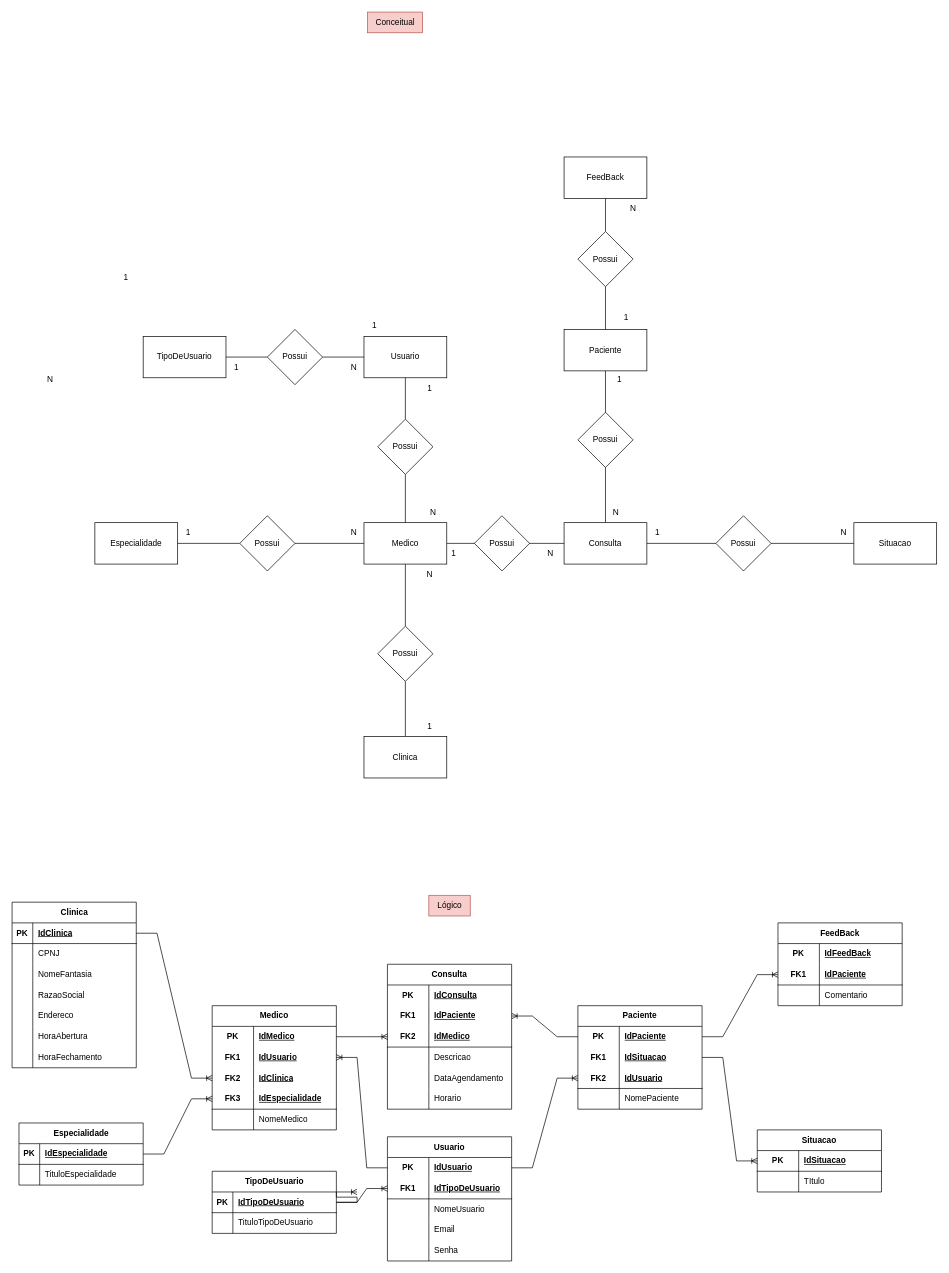
Before: Projetos/Projeto_HealthClinic/MER_HealthClinic.drawio in GuilhermeOliveira23/2-Semestre-SENAI, a draw.io diagram. Source tidied: cells renumbered, new cells numbered last; positions are measured from the earlier drawing's top-left corner, leaving out a move shared by most shapes. Both pictures are drawn from the tidied source at 69%, with x=0, y=0 at pixel (12, 12).
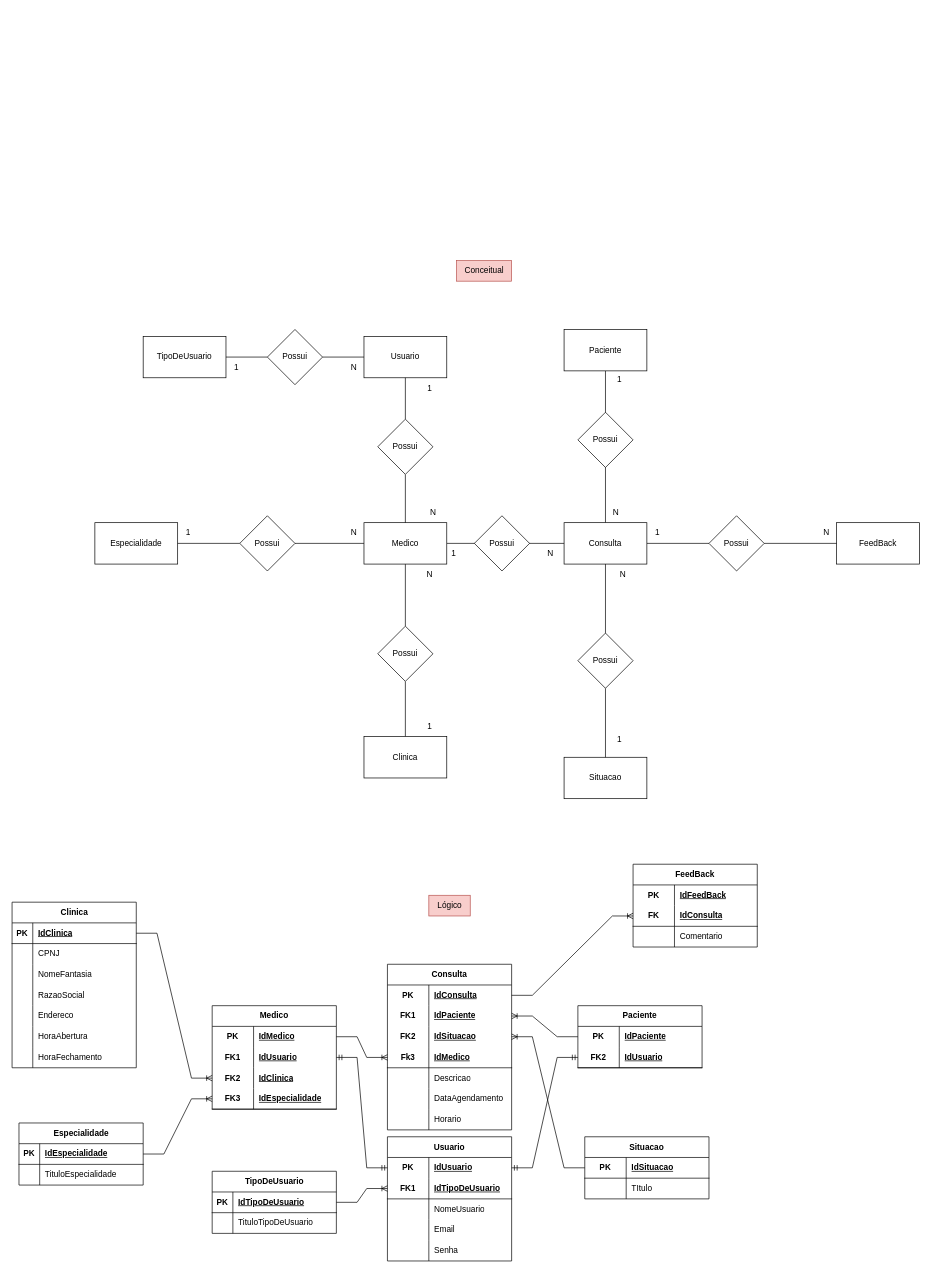
The same page after the edit.

Unchanged cells that the change refers to:
```xml
<mxCell id="5" value="Consulta" style="rounded=0;whiteSpace=wrap;html=1;" parent="1" vertex="1">
  <mxGeometry x="800" y="740" width="120" height="60" as="geometry" />
</mxCell>
<mxCell id="20" style="shape=tableRow;horizontal=0;startSize=0;swimlaneHead=0;swimlaneBody=0;fillColor=none;points=[[0,0.5],[1,0.5]];portConstraint=eastwest;top=0;left=0;right=0;bottom=0;html=1;" parent="19" vertex="1">
  <mxGeometry y="30" width="180" height="30" as="geometry" />
</mxCell>
<mxCell id="66" style="shape=tableRow;horizontal=0;startSize=0;swimlaneHead=0;swimlaneBody=0;fillColor=none;points=[[0,0.5],[1,0.5]];portConstraint=eastwest;top=0;left=0;right=0;bottom=1;" parent="65" vertex="1">
  <mxGeometry y="30" width="180" height="30" as="geometry" />
</mxCell>
<mxCell id="77" style="shape=tableRow;horizontal=0;startSize=0;swimlaneHead=0;swimlaneBody=0;fillColor=none;points=[[0,0.5],[1,0.5]];portConstraint=eastwest;top=0;left=0;right=0;bottom=0;html=1;" parent="76" vertex="1">
  <mxGeometry y="30" width="180" height="30" as="geometry" />
</mxCell>
<mxCell id="101" style="shape=tableRow;horizontal=0;startSize=0;swimlaneHead=0;swimlaneBody=0;fillColor=none;points=[[0,0.5],[1,0.5]];portConstraint=eastwest;top=0;left=0;right=0;bottom=0;html=1;" parent="97" vertex="1">
  <mxGeometry y="60" width="180" height="30" as="geometry" />
</mxCell>
<mxCell id="126" style="shape=tableRow;horizontal=0;startSize=0;swimlaneHead=0;swimlaneBody=0;fillColor=none;points=[[0,0.5],[1,0.5]];portConstraint=eastwest;top=0;left=0;right=0;bottom=0;html=1;" parent="125" vertex="1">
  <mxGeometry y="30" width="180" height="30" as="geometry" />
</mxCell>
<mxCell id="140" value="Paciente" style="rounded=0;whiteSpace=wrap;html=1;" parent="1" vertex="1">
  <mxGeometry x="800" y="460" width="120" height="60" as="geometry" />
</mxCell>
<mxCell id="164" style="shape=tableRow;horizontal=0;startSize=0;swimlaneHead=0;swimlaneBody=0;fillColor=none;points=[[0,0.5],[1,0.5]];portConstraint=eastwest;top=0;left=0;right=0;bottom=1;html=1;" parent="160" vertex="1">
  <mxGeometry y="60" width="180" height="30" as="geometry" />
</mxCell>
<mxCell id="172" style="shape=tableRow;horizontal=0;startSize=0;swimlaneHead=0;swimlaneBody=0;fillColor=none;points=[[0,0.5],[1,0.5]];portConstraint=eastwest;top=0;left=0;right=0;bottom=1;html=1;" parent="171" vertex="1">
  <mxGeometry y="30" width="180" height="30" as="geometry" />
</mxCell>
```

What changed in the source:
```diff
@@
+    <mxCell id="181" style="edgeStyle=orthogonalEdgeStyle;rounded=0;jettySize=auto;html=1;endArrow=none;endFill=0;" parent="1" edge="1" source="5" target="155">
+      <mxGeometry relative="1" as="geometry" />
+    </mxCell>
@@
-    <mxCell id="74" value="1" style="text;html=1;align=center;verticalAlign=middle;strokeColor=none;fillColor=none;" parent="1" vertex="1">
-      <mxGeometry x="150" y="370" width="30" height="30" as="geometry" />
-    </mxCell>
-    <mxCell id="75" value="N" style="text;html=1;align=center;verticalAlign=middle;strokeColor=none;fillColor=none;" parent="1" vertex="1">
-      <mxGeometry x="40" y="518" width="30" height="30" as="geometry" />
-    </mxCell>
     <mxCell id="76" value="Consulta" style="shape=table;startSize=30;childLayout=tableLayout;rowLines=0;fontStyle=1;align=center;html=1;whiteSpace=wrap;" parent="1" vertex="1">
-      <mxGeometry x="544" y="1380" width="180" height="210" as="geometry" />
+      <mxGeometry x="544" y="1380" width="180" height="240" as="geometry" />
     </mxCell>
@@
+    <mxCell id="182" style="shape=tableRow;horizontal=0;startSize=0;swimlaneHead=0;swimlaneBody=0;fillColor=none;points=[[0,0.5],[1,0.5]];portConstraint=eastwest;top=0;left=0;right=0;bottom=0;html=1;" parent="76" vertex="1">
+      <mxGeometry y="90" width="180" height="30" as="geometry" />
+    </mxCell>
+    <mxCell id="183" value="FK2" style="shape=partialRectangle;fillColor=none;top=0;left=0;bottom=0;right=0;fontStyle=1;overflow=hidden;html=1;whiteSpace=wrap;" parent="182" vertex="1">
+      <mxGeometry width="60" height="30" as="geometry" />
+    </mxCell>
+    <mxCell id="131" value="IdSituacao" style="shape=partialRectangle;fillColor=none;top=0;left=0;bottom=0;right=0;align=left;spacingLeft=6;fontStyle=5;overflow=hidden;html=1;whiteSpace=wrap;" parent="182" vertex="1">
+      <mxGeometry x="60" width="120" height="30" as="geometry" />
+    </mxCell>
     <mxCell id="83" style="shape=tableRow;horizontal=0;startSize=0;swimlaneHead=0;swimlaneBody=0;fillColor=none;points=[[0,0.5],[1,0.5]];portConstraint=eastwest;top=0;left=0;right=0;bottom=1;html=1;" parent="76" vertex="1">
-      <mxGeometry y="90" width="180" height="30" as="geometry" />
+      <mxGeometry y="120" width="180" height="30" as="geometry" />
     </mxCell>
-    <mxCell id="84" value="FK2" style="shape=partialRectangle;fillColor=none;top=0;left=0;bottom=0;right=0;fontStyle=1;overflow=hidden;html=1;whiteSpace=wrap;" parent="83" vertex="1">
+    <mxCell id="84" value="Fk3" style="shape=partialRectangle;fillColor=none;top=0;left=0;bottom=0;right=0;fontStyle=1;overflow=hidden;html=1;whiteSpace=wrap;" parent="83" vertex="1">
       <mxGeometry width="60" height="30" as="geometry" />
     </mxCell>
@@
     <mxCell id="86" style="shape=tableRow;horizontal=0;startSize=0;swimlaneHead=0;swimlaneBody=0;fillColor=none;top=0;left=0;right=0;bottom=0;html=1;" parent="76" vertex="1">
-      <mxGeometry y="120" width="180" height="30" as="geometry" />
+      <mxGeometry y="150" width="180" height="30" as="geometry" />
     </mxCell>
@@
     <mxCell id="89" style="shape=tableRow;horizontal=0;startSize=0;swimlaneHead=0;swimlaneBody=0;fillColor=none;top=0;left=0;right=0;bottom=0;html=1;" parent="76" vertex="1">
-      <mxGeometry y="150" width="180" height="30" as="geometry" />
+      <mxGeometry y="180" width="180" height="30" as="geometry" />
     </mxCell>
@@
     <mxCell id="92" style="shape=tableRow;horizontal=0;startSize=0;swimlaneHead=0;swimlaneBody=0;fillColor=none;top=0;left=0;right=0;bottom=0;html=1;" parent="76" vertex="1">
-      <mxGeometry y="180" width="180" height="30" as="geometry" />
+      <mxGeometry y="210" width="180" height="30" as="geometry" />
     </mxCell>
@@
     <mxCell id="97" value="Medico" style="shape=table;startSize=30;childLayout=tableLayout;rowLines=0;fontStyle=1;align=center;html=1;whiteSpace=wrap;" parent="1" vertex="1">
-      <mxGeometry x="290" y="1440" width="180" height="180" as="geometry" />
+      <mxGeometry x="290" y="1440" width="180" height="150" as="geometry" />
     </mxCell>
@@
-    <mxCell id="110" style="shape=tableRow;horizontal=0;startSize=0;swimlaneHead=0;swimlaneBody=0;fillColor=none;top=0;left=0;right=0;bottom=0;html=1;" parent="97" vertex="1">
-      <mxGeometry y="150" width="180" height="30" as="geometry" />
-    </mxCell>
-    <mxCell id="111" style="shape=partialRectangle;fillColor=none;top=0;left=0;bottom=0;right=0;overflow=hidden;html=1;whiteSpace=wrap;" parent="110" vertex="1">
-      <mxGeometry width="60" height="30" as="geometry" />
-    </mxCell>
-    <mxCell id="112" value="NomeMedico" style="shape=partialRectangle;fillColor=none;top=0;left=0;bottom=0;right=0;align=left;spacingLeft=6;overflow=hidden;html=1;whiteSpace=wrap;" parent="110" vertex="1">
-      <mxGeometry x="60" width="120" height="30" as="geometry" />
-    </mxCell>
@@
-    <mxCell id="114" style="edgeStyle=entityRelationEdgeStyle;fontSize=12;html=1;endArrow=ERoneToMany;rounded=0;exitX=1;exitY=0.5;exitDx=0;exitDy=0;entryX=0;entryY=0.5;entryDx=0;entryDy=0;" parent="1" edge="1" source="66">
-      <mxGeometry relative="1" as="geometry">
-        <mxPoint x="500" y="1710" as="targetPoint" />
-      </mxGeometry>
-    </mxCell>
@@
     <mxCell id="116" value="Conceitual" style="text;html=1;align=center;verticalAlign=middle;strokeColor=#b85450;fillColor=#f8cecc;" parent="1" vertex="1">
-      <mxGeometry x="515" width="80" height="30" as="geometry" />
+      <mxGeometry x="644" y="360" width="80" height="30" as="geometry" />
     </mxCell>
@@
-    <mxCell id="124" style="edgeStyle=entityRelationEdgeStyle;fontSize=12;html=1;endArrow=ERoneToMany;rounded=0;exitX=0;exitY=0.5;exitDx=0;exitDy=0;entryX=1;entryY=0.5;entryDx=0;entryDy=0;" parent="1" edge="1" source="20" target="101">
-      <mxGeometry relative="1" as="geometry" />
-    </mxCell>
     <mxCell id="125" value="Paciente" style="shape=table;startSize=30;childLayout=tableLayout;rowLines=0;fontStyle=1;align=center;html=1;whiteSpace=wrap;" parent="1" vertex="1">
-      <mxGeometry x="820" y="1440" width="180" height="150" as="geometry" />
+      <mxGeometry x="820" y="1440" width="180" height="90" as="geometry" />
     </mxCell>
@@
-    <mxCell id="129" style="shape=tableRow;horizontal=0;startSize=0;swimlaneHead=0;swimlaneBody=0;fillColor=none;points=[[0,0.5],[1,0.5]];portConstraint=eastwest;top=0;left=0;right=0;bottom=0;html=1;" parent="125" vertex="1">
-      <mxGeometry y="60" width="180" height="30" as="geometry" />
-    </mxCell>
-    <mxCell id="130" value="FK1" style="shape=partialRectangle;fillColor=none;top=0;left=0;bottom=0;right=0;fontStyle=1;overflow=hidden;html=1;whiteSpace=wrap;" parent="129" vertex="1">
-      <mxGeometry width="60" height="30" as="geometry" />
-    </mxCell>
-    <mxCell id="131" value="IdSituacao" style="shape=partialRectangle;fillColor=none;top=0;left=0;bottom=0;right=0;align=left;spacingLeft=6;fontStyle=5;overflow=hidden;html=1;whiteSpace=wrap;" parent="129" vertex="1">
-      <mxGeometry x="60" width="120" height="30" as="geometry" />
-    </mxCell>
     <mxCell id="132" style="shape=tableRow;horizontal=0;startSize=0;swimlaneHead=0;swimlaneBody=0;fillColor=none;points=[[0,0.5],[1,0.5]];portConstraint=eastwest;top=0;left=0;right=0;bottom=1;html=1;" parent="125" vertex="1">
-      <mxGeometry y="90" width="180" height="30" as="geometry" />
+      <mxGeometry y="60" width="180" height="30" as="geometry" />
     </mxCell>
@@
-    <mxCell id="135" style="shape=tableRow;horizontal=0;startSize=0;swimlaneHead=0;swimlaneBody=0;fillColor=none;top=0;left=0;right=0;bottom=0;html=1;" parent="125" vertex="1">
-      <mxGeometry y="120" width="180" height="30" as="geometry" />
-    </mxCell>
-    <mxCell id="136" style="shape=partialRectangle;fillColor=none;top=0;left=0;bottom=0;right=0;overflow=hidden;html=1;whiteSpace=wrap;" parent="135" vertex="1">
-      <mxGeometry width="60" height="30" as="geometry" />
-    </mxCell>
-    <mxCell id="137" value="NomePaciente" style="shape=partialRectangle;fillColor=none;top=0;left=0;bottom=0;right=0;align=left;spacingLeft=6;overflow=hidden;html=1;whiteSpace=wrap;" parent="135" vertex="1">
-      <mxGeometry x="60" width="120" height="30" as="geometry" />
-    </mxCell>
-    <mxCell id="138" style="edgeStyle=orthogonalEdgeStyle;rounded=0;jettySize=auto;html=1;entryX=0;entryY=0.5;entryDx=0;entryDy=0;endArrow=none;endFill=0;" parent="1" edge="1" source="153" target="144">
-      <mxGeometry relative="1" as="geometry" />
-    </mxCell>
-    <mxCell id="139" style="edgeStyle=orthogonalEdgeStyle;rounded=0;jettySize=auto;html=1;endArrow=none;endFill=0;" parent="1" edge="1" source="155" target="151">
-      <mxGeometry relative="1" as="geometry" />
-    </mxCell>
@@
-    <mxCell id="141" value="1" style="text;html=1;align=center;verticalAlign=middle;strokeColor=none;fillColor=none;" parent="1" vertex="1">
-      <mxGeometry x="510" y="440" width="30" height="30" as="geometry" />
-    </mxCell>
@@
     <mxCell id="144" value="Situacao" style="rounded=0;whiteSpace=wrap;html=1;" parent="1" vertex="1">
-      <mxGeometry x="1220" y="740" width="120" height="60" as="geometry" />
+      <mxGeometry x="800" y="1080" width="120" height="60" as="geometry" />
     </mxCell>
-    <mxCell id="145" style="edgeStyle=entityRelationEdgeStyle;fontSize=12;html=1;endArrow=ERoneToMany;rounded=0;exitX=1;exitY=0.5;exitDx=0;exitDy=0;entryX=0;entryY=0.5;entryDx=0;entryDy=0;" parent="1" edge="1" source="20" target="132">
-      <mxGeometry relative="1" as="geometry" />
-    </mxCell>
@@
     <mxCell id="151" value="FeedBack" style="rounded=0;whiteSpace=wrap;html=1;" parent="1" vertex="1">
-      <mxGeometry x="800" y="210" width="120" height="60" as="geometry" />
+      <mxGeometry x="1195" y="740" width="120" height="60" as="geometry" />
     </mxCell>
-    <mxCell id="152" style="edgeStyle=orthogonalEdgeStyle;rounded=0;jettySize=auto;html=1;entryX=0;entryY=0.5;entryDx=0;entryDy=0;endArrow=none;endFill=0;exitX=1;exitY=0.5;exitDx=0;exitDy=0;" parent="1" edge="1" source="5" target="153">
-      <mxGeometry relative="1" as="geometry" />
-    </mxCell>
+    <mxCell id="138" style="edgeStyle=orthogonalEdgeStyle;rounded=0;jettySize=auto;html=1;endArrow=none;endFill=0;" parent="1" edge="1" source="153" target="144">
+      <mxGeometry relative="1" as="geometry" />
+    </mxCell>
+    <mxCell id="184" style="edgeStyle=orthogonalEdgeStyle;rounded=0;jettySize=auto;html=1;entryX=0.5;entryY=1;entryDx=0;entryDy=0;endArrow=none;endFill=0;" parent="1" edge="1" source="153" target="5">
+      <mxGeometry relative="1" as="geometry" />
+    </mxCell>
     <mxCell id="153" value="Possui" style="rhombus;whiteSpace=wrap;html=1;" parent="1" vertex="1">
-      <mxGeometry x="1020" y="730" width="80" height="80" as="geometry" />
+      <mxGeometry x="820" y="900" width="80" height="80" as="geometry" />
     </mxCell>
-    <mxCell id="154" style="edgeStyle=orthogonalEdgeStyle;rounded=0;jettySize=auto;html=1;endArrow=none;endFill=0;" parent="1" edge="1" source="140" target="155">
-      <mxGeometry relative="1" as="geometry" />
-    </mxCell>
+    <mxCell id="139" style="edgeStyle=orthogonalEdgeStyle;rounded=0;jettySize=auto;html=1;endArrow=none;endFill=0;" parent="1" edge="1" source="155" target="151">
+      <mxGeometry relative="1" as="geometry" />
+    </mxCell>
     <mxCell id="155" value="Possui" style="rhombus;whiteSpace=wrap;html=1;" parent="1" vertex="1">
-      <mxGeometry x="820" y="318" width="80" height="80" as="geometry" />
+      <mxGeometry x="1010" y="730" width="80" height="80" as="geometry" />
     </mxCell>
     <mxCell id="156" value="1" style="text;html=1;align=center;verticalAlign=middle;strokeColor=none;fillColor=none;" parent="1" vertex="1">
-      <mxGeometry x="920" y="740" width="30" height="30" as="geometry" />
+      <mxGeometry x="865" y="1040" width="30" height="30" as="geometry" />
     </mxCell>
     <mxCell id="157" value="N" style="text;html=1;align=center;verticalAlign=middle;strokeColor=none;fillColor=none;" parent="1" vertex="1">
-      <mxGeometry x="1190" y="740" width="30" height="30" as="geometry" />
+      <mxGeometry x="870" y="800" width="30" height="30" as="geometry" />
     </mxCell>
     <mxCell id="158" value="1" style="text;html=1;align=center;verticalAlign=middle;strokeColor=none;fillColor=none;" parent="1" vertex="1">
-      <mxGeometry x="875" y="428" width="30" height="30" as="geometry" />
+      <mxGeometry x="920" y="740" width="30" height="30" as="geometry" />
     </mxCell>
     <mxCell id="159" value="N" style="text;html=1;align=center;verticalAlign=middle;strokeColor=none;fillColor=none;" parent="1" vertex="1">
-      <mxGeometry x="885" y="270" width="30" height="30" as="geometry" />
+      <mxGeometry x="1165" y="740" width="30" height="30" as="geometry" />
     </mxCell>
     <mxCell id="160" value="FeedBack" style="shape=table;startSize=30;childLayout=tableLayout;rowLines=0;fontStyle=1;align=center;html=1;whiteSpace=wrap;" parent="1" vertex="1">
-      <mxGeometry x="1110" y="1320" width="180" height="120" as="geometry" />
+      <mxGeometry x="900" y="1235" width="180" height="120" as="geometry" />
     </mxCell>
@@
-    <mxCell id="165" value="FK1" style="shape=partialRectangle;fillColor=none;top=0;left=0;bottom=0;right=0;fontStyle=1;overflow=hidden;html=1;whiteSpace=wrap;" parent="164" vertex="1">
+    <mxCell id="165" value="FK" style="shape=partialRectangle;fillColor=none;top=0;left=0;bottom=0;right=0;fontStyle=1;overflow=hidden;html=1;whiteSpace=wrap;" parent="164" vertex="1">
       <mxGeometry width="60" height="30" as="geometry" />
     </mxCell>
-    <mxCell id="166" value="IdPaciente" style="shape=partialRectangle;fillColor=none;top=0;left=0;bottom=0;right=0;align=left;spacingLeft=6;fontStyle=5;overflow=hidden;html=1;whiteSpace=wrap;" parent="164" vertex="1">
+    <mxCell id="166" value="IdConsulta" style="shape=partialRectangle;fillColor=none;top=0;left=0;bottom=0;right=0;align=left;spacingLeft=6;fontStyle=5;overflow=hidden;html=1;whiteSpace=wrap;" parent="164" vertex="1">
       <mxGeometry x="60" width="120" height="30" as="geometry" />
     </mxCell>
@@
-    <mxCell id="170" style="edgeStyle=entityRelationEdgeStyle;fontSize=12;html=1;endArrow=ERoneToMany;rounded=0;exitX=1;exitY=0.5;exitDx=0;exitDy=0;entryX=0;entryY=0.5;entryDx=0;entryDy=0;" parent="1" edge="1" source="126" target="164">
+    <mxCell id="170" style="edgeStyle=entityRelationEdgeStyle;fontSize=12;html=1;endArrow=ERoneToMany;rounded=0;entryX=0;entryY=0.5;entryDx=0;entryDy=0;exitX=1;exitY=0.5;exitDx=0;exitDy=0;" parent="1" edge="1" source="77" target="164">
       <mxGeometry relative="1" as="geometry" />
     </mxCell>
     <mxCell id="171" value="Situacao" style="shape=table;startSize=30;childLayout=tableLayout;rowLines=0;fontStyle=1;align=center;html=1;whiteSpace=wrap;" parent="1" vertex="1">
-      <mxGeometry x="1080" y="1620" width="180" height="90" as="geometry" />
+      <mxGeometry x="830" y="1630" width="180" height="90" as="geometry" />
     </mxCell>
@@
-    <mxCell id="179" style="edgeStyle=entityRelationEdgeStyle;fontSize=12;html=1;endArrow=ERoneToMany;rounded=0;exitX=1;exitY=0.5;exitDx=0;exitDy=0;entryX=0;entryY=0.5;entryDx=0;entryDy=0;" parent="1" edge="1" source="129" target="172">
+    <mxCell id="179" style="edgeStyle=entityRelationEdgeStyle;fontSize=12;html=1;endArrow=ERoneToMany;rounded=0;exitX=0;exitY=0.5;exitDx=0;exitDy=0;entryX=1;entryY=0.5;entryDx=0;entryDy=0;" parent="1" edge="1" source="172" target="182">
       <mxGeometry relative="1" as="geometry" />
     </mxCell>
@@
+    <mxCell id="124" style="edgeStyle=entityRelationEdgeStyle;fontSize=12;html=1;endArrow=ERmandOne;startArrow=ERmandOne;rounded=0;exitX=0;exitY=0.5;exitDx=0;exitDy=0;entryX=1;entryY=0.5;entryDx=0;entryDy=0;" parent="1" edge="1" source="20" target="101">
+      <mxGeometry relative="1" as="geometry" />
+    </mxCell>
+    <mxCell id="145" style="edgeStyle=entityRelationEdgeStyle;fontSize=12;html=1;endArrow=ERmandOne;startArrow=ERmandOne;rounded=0;exitX=1;exitY=0.5;exitDx=0;exitDy=0;entryX=0;entryY=0.5;entryDx=0;entryDy=0;" parent="1" edge="1" source="20" target="132">
+      <mxGeometry relative="1" as="geometry" />
+    </mxCell>
```
